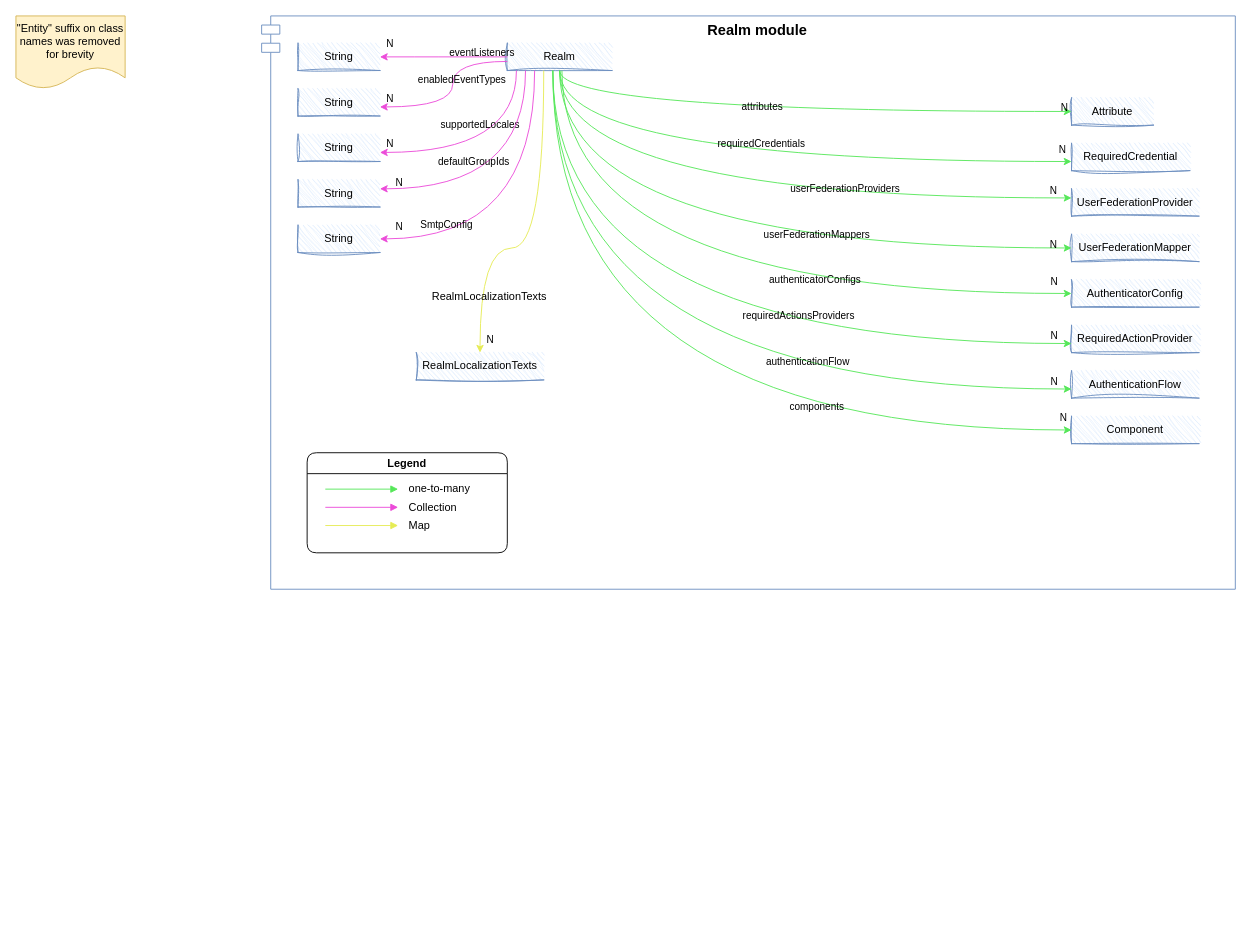
Earlier version of the draw.io diagram model/jpa/src/main/java/org/keycloak/models/Entity model.drawio (codefilarete/Stalactite_example.keycloak). Source tidied: cells renumbered, new cells numbered last; positions are measured from the earlier drawing's top-left corner, leaving out a move shared by most shapes. Both pictures are drawn from the tidied source at 91%, with x=0, y=0 at pixel (15, 15).
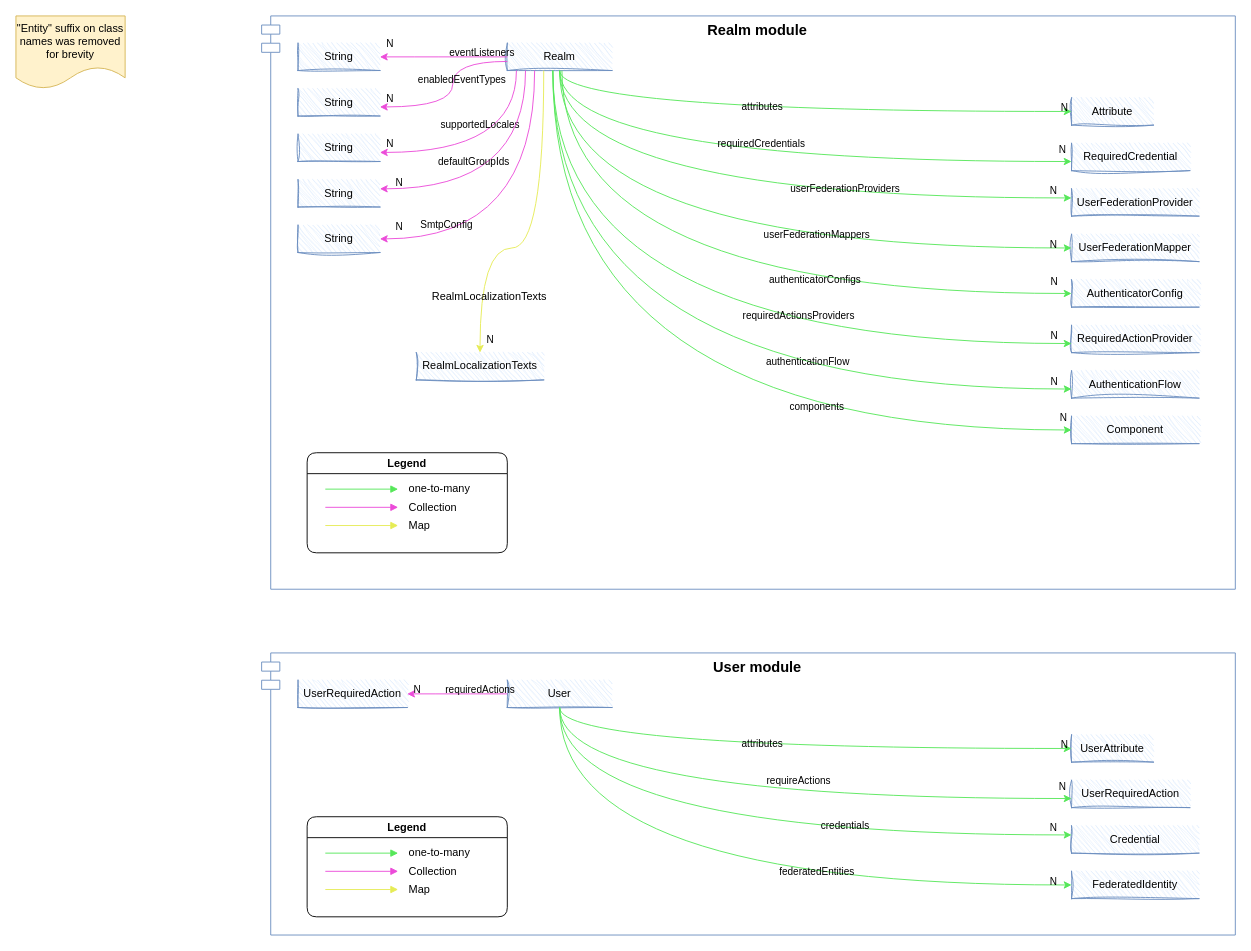
After the change.

The edit, as a diff of the source:
```diff
@@
+    <mxCell id="51" value="User module" style="shape=module;align=left;spacingLeft=20;align=center;verticalAlign=top;whiteSpace=wrap;html=1;fillColor=none;strokeColor=#6c8ebf;fontSize=16;fontStyle=1;labelBackgroundColor=none;" parent="1" vertex="1">
+      <mxGeometry x="270" y="700" width="1070" height="310" as="geometry" />
+    </mxCell>
+    <mxCell id="52" value="User" style="shape=partialRectangle;whiteSpace=wrap;html=1;bottom=0;right=0;fillColor=#dae8fc;flipH=0;flipV=1;sketch=1;curveFitting=1;jiggle=2;strokeColor=#6c8ebf;" parent="51" vertex="1">
+      <mxGeometry x="270" y="30" width="115" height="30" as="geometry" />
+    </mxCell>
+    <mxCell id="53" value="UserRequiredAction" style="shape=partialRectangle;whiteSpace=wrap;html=1;bottom=0;right=0;fillColor=#dae8fc;flipH=0;flipV=1;sketch=1;curveFitting=1;jiggle=2;strokeColor=#6c8ebf;" parent="51" vertex="1">
+      <mxGeometry x="40" y="30" width="120" height="30" as="geometry" />
+    </mxCell>
+    <mxCell id="54" value="requiredActions" style="edgeStyle=orthogonalEdgeStyle;rounded=0;jettySize=auto;html=1;curved=1;labelBackgroundColor=none;fillColor=#d80073;strokeColor=#EC4AD9;" parent="51" edge="1" source="52" target="53">
+      <mxGeometry x="-0.45" y="-5" relative="1" as="geometry" />
+    </mxCell>
+    <mxCell id="55" value="N" style="edgeLabel;html=1;align=center;verticalAlign=middle;labelBackgroundColor=none;" parent="54" vertex="1">
+      <mxGeometry x="-0.83" y="-1" relative="1" as="geometry">
+        <mxPoint x="-91" y="-4" as="offset" />
+      </mxGeometry>
+    </mxCell>
+    <mxCell id="56" value="UserAttribute" style="shape=partialRectangle;whiteSpace=wrap;html=1;bottom=0;right=0;fillColor=#dae8fc;flipH=0;flipV=1;sketch=1;curveFitting=1;jiggle=2;strokeColor=#6c8ebf;" parent="51" vertex="1">
+      <mxGeometry x="890" y="90" width="90" height="30" as="geometry" />
+    </mxCell>
+    <mxCell id="57" value="attributes" style="edgeStyle=orthogonalEdgeStyle;rounded=0;jettySize=auto;html=1;curved=1;labelBackgroundColor=none;fillColor=#60a917;strokeColor=#56E759;" parent="51" edge="1" source="52" target="56">
+      <mxGeometry x="-0.12" y="5" relative="1" as="geometry">
+        <Array as="points">
+          <mxPoint x="328" y="105" />
+        </Array>
+      </mxGeometry>
+    </mxCell>
+    <mxCell id="58" value="N" style="edgeLabel;html=1;align=center;verticalAlign=middle;labelBackgroundColor=none;" parent="57" vertex="1">
+      <mxGeometry x="-0.83" y="-1" relative="1" as="geometry">
+        <mxPoint x="547" y="-6" as="offset" />
+      </mxGeometry>
+    </mxCell>
+    <mxCell id="59" value="UserRequiredAction" style="shape=partialRectangle;whiteSpace=wrap;html=1;bottom=0;right=0;fillColor=#dae8fc;flipH=0;flipV=1;sketch=1;curveFitting=1;jiggle=2;strokeColor=#6c8ebf;" parent="51" vertex="1">
+      <mxGeometry x="890" y="140" width="130" height="30" as="geometry" />
+    </mxCell>
+    <mxCell id="60" value="requireActions" style="edgeStyle=orthogonalEdgeStyle;rounded=0;jettySize=auto;html=1;curved=1;labelBackgroundColor=none;fillColor=#60a917;strokeColor=#56E759;" parent="51" edge="1" source="52" target="59">
+      <mxGeometry x="0.09" y="20" relative="1" as="geometry">
+        <Array as="points">
+          <mxPoint x="328" y="160" />
+        </Array>
+        <mxPoint x="1" as="offset" />
+      </mxGeometry>
+    </mxCell>
+    <mxCell id="61" value="N" style="edgeLabel;html=1;align=center;verticalAlign=middle;labelBackgroundColor=none;" parent="60" vertex="1">
+      <mxGeometry x="-0.83" y="-1" relative="1" as="geometry">
+        <mxPoint x="553" y="30" as="offset" />
+      </mxGeometry>
+    </mxCell>
+    <mxCell id="62" value="Credential" style="shape=partialRectangle;whiteSpace=wrap;html=1;bottom=0;right=0;fillColor=#dae8fc;flipH=0;flipV=1;sketch=1;curveFitting=1;jiggle=2;strokeColor=#6c8ebf;" parent="51" vertex="1">
+      <mxGeometry x="890" y="190" width="140" height="30" as="geometry" />
+    </mxCell>
+    <mxCell id="63" value="&lt;span style=&quot;text-wrap-mode: wrap;&quot;&gt;&lt;font&gt;credentials&lt;/font&gt;&lt;/span&gt;" style="edgeStyle=orthogonalEdgeStyle;rounded=0;jettySize=auto;html=1;curved=1;labelBackgroundColor=none;fillColor=#60a917;strokeColor=#56E759;" parent="51" edge="1" source="52" target="62">
+      <mxGeometry x="0.29" y="10" relative="1" as="geometry">
+        <Array as="points">
+          <mxPoint x="328" y="200" />
+        </Array>
+      </mxGeometry>
+    </mxCell>
+    <mxCell id="64" value="N" style="edgeLabel;html=1;align=center;verticalAlign=middle;labelBackgroundColor=none;" parent="63" vertex="1">
+      <mxGeometry x="-0.83" y="-1" relative="1" as="geometry">
+        <mxPoint x="543" y="71" as="offset" />
+      </mxGeometry>
+    </mxCell>
+    <mxCell id="65" value="FederatedIdentity" style="shape=partialRectangle;whiteSpace=wrap;html=1;bottom=0;right=0;fillColor=#dae8fc;flipH=0;flipV=1;sketch=1;curveFitting=1;jiggle=2;strokeColor=#6c8ebf;" parent="51" vertex="1">
+      <mxGeometry x="890" y="240" width="140" height="30" as="geometry" />
+    </mxCell>
+    <mxCell id="66" value="&lt;span style=&quot;text-wrap-mode: wrap;&quot;&gt;&lt;font&gt;federatedEntities&lt;/font&gt;&lt;/span&gt;" style="edgeStyle=orthogonalEdgeStyle;rounded=0;jettySize=auto;html=1;curved=1;labelBackgroundColor=none;fillColor=#60a917;strokeColor=#56E759;" parent="51" edge="1" source="52" target="65">
+      <mxGeometry x="0.26" y="15" relative="1" as="geometry">
+        <Array as="points">
+          <mxPoint x="328" y="255" />
+        </Array>
+      </mxGeometry>
+    </mxCell>
+    <mxCell id="67" value="N" style="edgeLabel;html=1;align=center;verticalAlign=middle;labelBackgroundColor=none;" parent="66" vertex="1">
+      <mxGeometry x="-0.83" y="-1" relative="1" as="geometry">
+        <mxPoint x="543" y="127" as="offset" />
+      </mxGeometry>
+    </mxCell>
+    <mxCell id="68" value="Legend" style="swimlane;whiteSpace=wrap;html=1;rounded=1;" parent="51" vertex="1">
+      <mxGeometry x="50" y="180" width="220" height="110" as="geometry" />
+    </mxCell>
+    <mxCell id="69" value="&lt;span style=&quot;font-size: 12px;&quot;&gt;one-to-many&lt;/span&gt;" style="html=1;verticalAlign=middle;endArrow=block;curved=0;rounded=0;strokeColor=#56E759;align=left;" parent="68" edge="1">
+      <mxGeometry x="1" y="10" relative="1" as="geometry">
+        <mxPoint x="20" y="40" as="sourcePoint" />
+        <mxPoint x="100" y="40" as="targetPoint" />
+        <mxPoint x="10" y="10" as="offset" />
+      </mxGeometry>
+    </mxCell>
+    <mxCell id="70" value="&lt;span style=&quot;font-size: 12px;&quot;&gt;Collection&lt;/span&gt;" style="html=1;verticalAlign=middle;endArrow=block;curved=0;rounded=0;strokeColor=#EC4AD9;align=left;" parent="68" edge="1">
+      <mxGeometry x="1" y="10" relative="1" as="geometry">
+        <mxPoint x="20" y="60" as="sourcePoint" />
+        <mxPoint x="100" y="60" as="targetPoint" />
+        <mxPoint x="10" y="10" as="offset" />
+      </mxGeometry>
+    </mxCell>
+    <mxCell id="71" value="&lt;span style=&quot;font-size: 12px;&quot;&gt;Map&lt;/span&gt;" style="html=1;verticalAlign=middle;endArrow=block;curved=0;rounded=0;strokeColor=#E6EC55;align=left;" parent="68" edge="1">
+      <mxGeometry x="1" y="10" relative="1" as="geometry">
+        <mxPoint x="20" y="80" as="sourcePoint" />
+        <mxPoint x="100" y="80" as="targetPoint" />
+        <mxPoint x="10" y="10" as="offset" />
+      </mxGeometry>
+    </mxCell>
```
